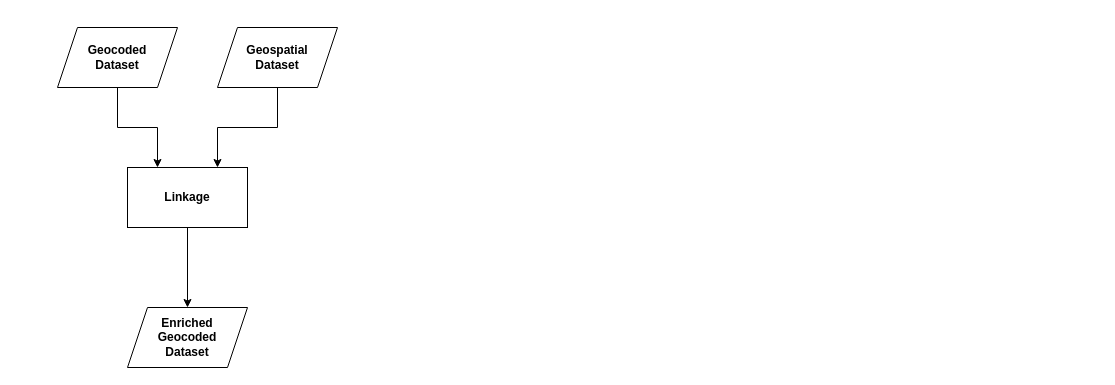
Earlier version of the draw.io diagram sora/graphic_linking_job_simple.drawio (traveller195/draw_io). Source tidied: cells renumbered, new cells numbered last; positions are measured from the earlier drawing's top-left corner, leaving out a move shared by most shapes. Both pictures are drawn from the tidied source at 100%, with x=0, y=0 at pixel (57, 27).
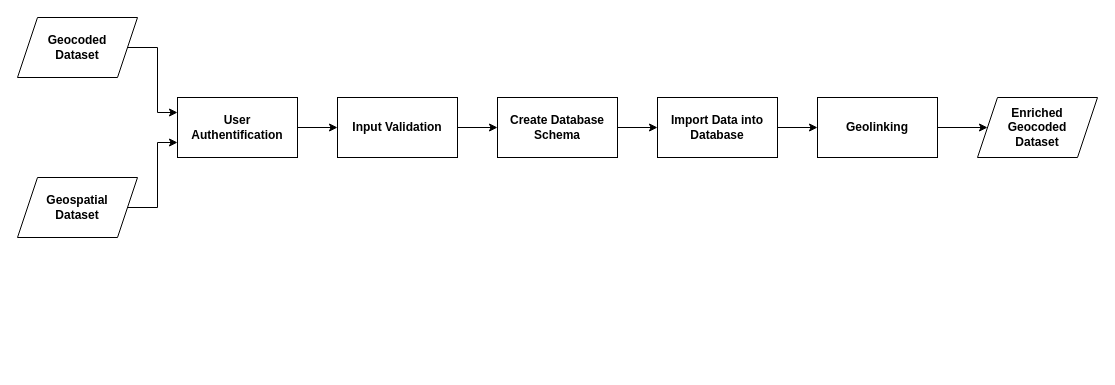
The same diagram, later.

The edit, as a diff of the source:
```diff
@@
 <mxGraphModel>
   <root>
     <mxCell id="0" />
     <mxCell id="1" parent="0" />
-    <mxCell id="2" style="edgeStyle=orthogonalEdgeStyle;rounded=0;jettySize=auto;html=1;exitX=0.5;exitY=1;exitDx=0;exitDy=0;entryX=0.75;entryY=0;entryDx=0;entryDy=0;" parent="1" edge="1" source="3" target="7">
+    <mxCell id="2" style="edgeStyle=orthogonalEdgeStyle;rounded=0;jettySize=auto;html=1;exitX=1;exitY=0.5;exitDx=0;exitDy=0;entryX=0;entryY=0.75;entryDx=0;entryDy=0;" parent="1" edge="1" source="3" target="7">
       <mxGeometry relative="1" as="geometry" />
     </mxCell>
     <mxCell id="3" value="Geospatial&lt;br&gt;Dataset" style="shape=parallelogram;perimeter=parallelogramPerimeter;whiteSpace=wrap;html=1;fixedSize=1;rounded=0;fontStyle=1;" parent="1" vertex="1">
-      <mxGeometry x="160" width="120" height="60" as="geometry" />
+      <mxGeometry x="-40" y="150" width="120" height="60" as="geometry" />
     </mxCell>
-    <mxCell id="4" style="edgeStyle=orthogonalEdgeStyle;rounded=0;jettySize=auto;html=1;exitX=0.5;exitY=1;exitDx=0;exitDy=0;entryX=0.25;entryY=0;entryDx=0;entryDy=0;" parent="1" edge="1" source="5" target="7">
+    <mxCell id="4" style="edgeStyle=orthogonalEdgeStyle;rounded=0;jettySize=auto;html=1;exitX=1;exitY=0.5;exitDx=0;exitDy=0;entryX=0;entryY=0.25;entryDx=0;entryDy=0;" parent="1" edge="1" source="5" target="7">
       <mxGeometry relative="1" as="geometry" />
     </mxCell>
     <mxCell id="5" value="Geocoded&lt;br&gt;Dataset" style="shape=parallelogram;perimeter=parallelogramPerimeter;whiteSpace=wrap;html=1;fixedSize=1;rounded=0;fontStyle=1;" parent="1" vertex="1">
-      <mxGeometry width="120" height="60" as="geometry" />
+      <mxGeometry x="-40" y="-10" width="120" height="60" as="geometry" />
     </mxCell>
-    <mxCell id="6" style="edgeStyle=orthogonalEdgeStyle;rounded=0;jettySize=auto;html=1;exitX=0.5;exitY=1;exitDx=0;exitDy=0;entryX=0.5;entryY=0;entryDx=0;entryDy=0;" parent="1" edge="1" source="7" target="8">
-      <mxGeometry relative="1" as="geometry" />
-    </mxCell>
+    <mxCell id="9" style="edgeStyle=orthogonalEdgeStyle;rounded=0;jettySize=auto;html=1;exitX=1;exitY=0.5;exitDx=0;exitDy=0;entryX=0;entryY=0.5;entryDx=0;entryDy=0;" parent="1" edge="1" source="7" target="11">
+      <mxGeometry relative="1" as="geometry" />
+    </mxCell>
-    <mxCell id="7" value="Linkage" style="rounded=0;whiteSpace=wrap;html=1;fontStyle=1;" parent="1" vertex="1">
-      <mxGeometry x="70" y="140" width="120" height="60" as="geometry" />
+    <mxCell id="7" value="User Authentification" style="rounded=0;whiteSpace=wrap;html=1;fontStyle=1;" parent="1" vertex="1">
+      <mxGeometry x="120" y="70" width="120" height="60" as="geometry" />
     </mxCell>
     <mxCell id="8" value="Enriched&lt;br&gt;Geocoded&lt;br&gt;Dataset" style="shape=parallelogram;perimeter=parallelogramPerimeter;whiteSpace=wrap;html=1;fixedSize=1;rounded=0;fontStyle=1;" parent="1" vertex="1">
-      <mxGeometry x="70" y="280" width="120" height="60" as="geometry" />
+      <mxGeometry x="920" y="70" width="120" height="60" as="geometry" />
     </mxCell>
+    <mxCell id="10" style="edgeStyle=orthogonalEdgeStyle;rounded=0;jettySize=auto;html=1;exitX=1;exitY=0.5;exitDx=0;exitDy=0;entryX=0;entryY=0.5;entryDx=0;entryDy=0;" parent="1" edge="1" source="11" target="13">
+      <mxGeometry relative="1" as="geometry" />
+    </mxCell>
+    <mxCell id="11" value="Input Validation" style="rounded=0;whiteSpace=wrap;html=1;fontStyle=1;" parent="1" vertex="1">
+      <mxGeometry x="280" y="70" width="120" height="60" as="geometry" />
+    </mxCell>
+    <mxCell id="12" style="edgeStyle=orthogonalEdgeStyle;rounded=0;jettySize=auto;html=1;exitX=1;exitY=0.5;exitDx=0;exitDy=0;entryX=0;entryY=0.5;entryDx=0;entryDy=0;" parent="1" edge="1" source="13" target="15">
+      <mxGeometry relative="1" as="geometry" />
+    </mxCell>
+    <mxCell id="13" value="Create Database Schema" style="rounded=0;whiteSpace=wrap;html=1;fontStyle=1;" parent="1" vertex="1">
+      <mxGeometry x="440" y="70" width="120" height="60" as="geometry" />
+    </mxCell>
+    <mxCell id="14" style="edgeStyle=orthogonalEdgeStyle;rounded=0;jettySize=auto;html=1;exitX=1;exitY=0.5;exitDx=0;exitDy=0;entryX=0;entryY=0.5;entryDx=0;entryDy=0;" parent="1" edge="1" source="15" target="17">
+      <mxGeometry relative="1" as="geometry" />
+    </mxCell>
+    <mxCell id="15" value="Import Data into Database" style="rounded=0;whiteSpace=wrap;html=1;fontStyle=1;" parent="1" vertex="1">
+      <mxGeometry x="600" y="70" width="120" height="60" as="geometry" />
+    </mxCell>
+    <mxCell id="16" style="edgeStyle=orthogonalEdgeStyle;rounded=0;jettySize=auto;html=1;exitX=1;exitY=0.5;exitDx=0;exitDy=0;" parent="1" edge="1" source="17" target="8">
+      <mxGeometry relative="1" as="geometry" />
+    </mxCell>
+    <mxCell id="17" value="Geolinking" style="rounded=0;whiteSpace=wrap;html=1;fontStyle=1;" parent="1" vertex="1">
+      <mxGeometry x="760" y="70" width="120" height="60" as="geometry" />
+    </mxCell>
   </root>
 </mxGraphModel>
```
